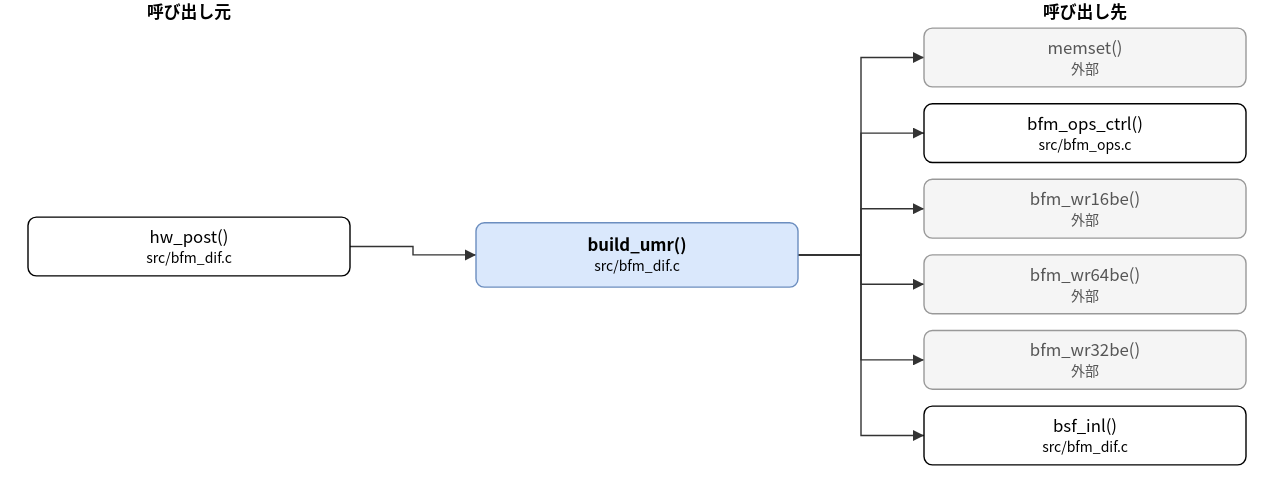
Earlier version of the draw.io export doc/spec/images/call_src_bfm_dif-build_umr.drawio.svg (hf355051012-ai/bfmem). Source tidied: cells renumbered, new cells last; positions are measured from the earlier drawing's top-left corner, leaving out a move shared by most shapes.
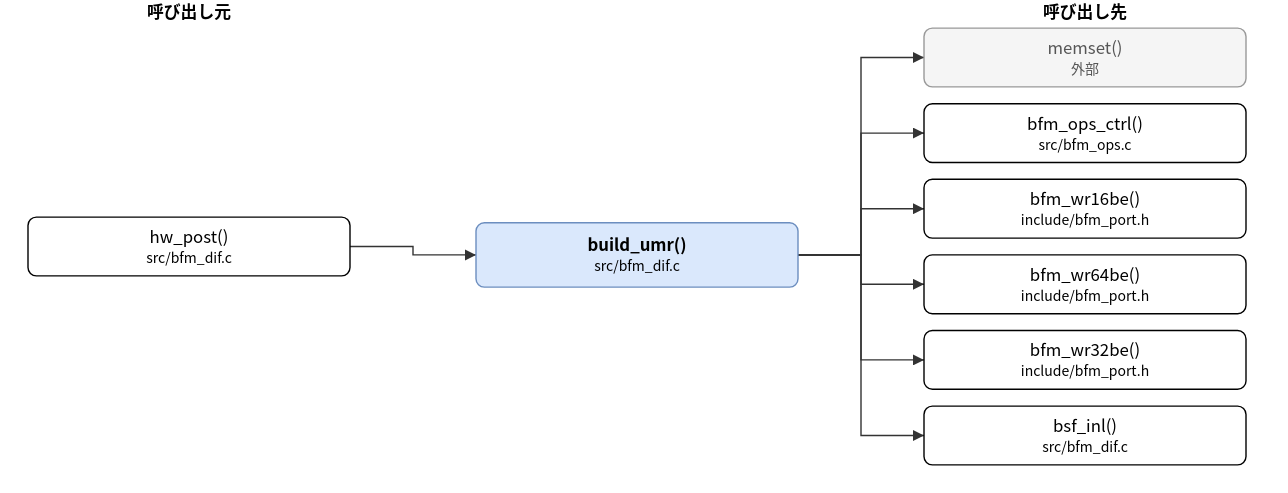
Above is the later version.

Diff of the diagram source:
```diff
@@ -14,13 +14,13 @@
     <mxCell id="5" value="bfm_ops_ctrl()&lt;br&gt;&lt;font style=&quot;font-size:10px&quot;&gt;src/bfm_ops.c&lt;/font&gt;" style="rounded=1;whiteSpace=wrap;html=1;" parent="1" vertex="1">
       <mxGeometry x="640" y="74" width="230" height="42" as="geometry" />
     </mxCell>
-    <mxCell id="6" value="bfm_wr16be()&lt;br&gt;&lt;font style=&quot;font-size:10px&quot;&gt;外部&lt;/font&gt;" style="rounded=1;whiteSpace=wrap;html=1;fillColor=#f5f5f5;strokeColor=#999999;fontColor=#555555;" parent="1" vertex="1">
+    <mxCell id="6" value="bfm_wr16be()&lt;br&gt;&lt;font style=&quot;font-size:10px&quot;&gt;include/bfm_port.h&lt;/font&gt;" style="rounded=1;whiteSpace=wrap;html=1;" parent="1" vertex="1">
       <mxGeometry x="640" y="128" width="230" height="42" as="geometry" />
     </mxCell>
-    <mxCell id="7" value="bfm_wr64be()&lt;br&gt;&lt;font style=&quot;font-size:10px&quot;&gt;外部&lt;/font&gt;" style="rounded=1;whiteSpace=wrap;html=1;fillColor=#f5f5f5;strokeColor=#999999;fontColor=#555555;" parent="1" vertex="1">
+    <mxCell id="7" value="bfm_wr64be()&lt;br&gt;&lt;font style=&quot;font-size:10px&quot;&gt;include/bfm_port.h&lt;/font&gt;" style="rounded=1;whiteSpace=wrap;html=1;" parent="1" vertex="1">
       <mxGeometry x="640" y="182" width="230" height="42" as="geometry" />
     </mxCell>
-    <mxCell id="8" value="bfm_wr32be()&lt;br&gt;&lt;font style=&quot;font-size:10px&quot;&gt;外部&lt;/font&gt;" style="rounded=1;whiteSpace=wrap;html=1;fillColor=#f5f5f5;strokeColor=#999999;fontColor=#555555;" parent="1" vertex="1">
+    <mxCell id="8" value="bfm_wr32be()&lt;br&gt;&lt;font style=&quot;font-size:10px&quot;&gt;include/bfm_port.h&lt;/font&gt;" style="rounded=1;whiteSpace=wrap;html=1;" parent="1" vertex="1">
       <mxGeometry x="640" y="236" width="230" height="42" as="geometry" />
     </mxCell>
     <mxCell id="9" value="bsf_inl()&lt;br&gt;&lt;font style=&quot;font-size:10px&quot;&gt;src/bfm_dif.c&lt;/font&gt;" style="rounded=1;whiteSpace=wrap;html=1;" parent="1" vertex="1">
```
